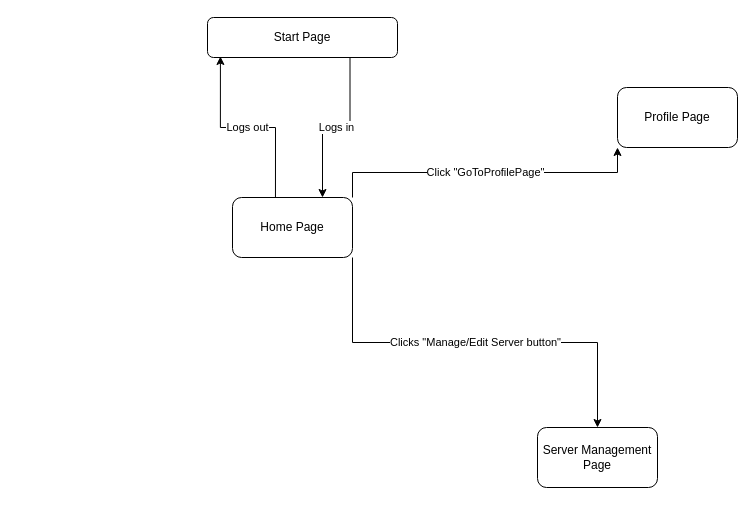
Before: page "PageRelationships" (1 of 6) of drawioMockups/PageDiagrams.drawio in markwreinke/minecraftDockerServerGUI, a draw.io diagram. Source tidied: cells renumbered, new cells numbered last; positions are measured from the earlier drawing's top-left corner, leaving out a move shared by most shapes. Both pictures are drawn from the tidied source at 100%, with x=0, y=0 at pixel (207, 17).
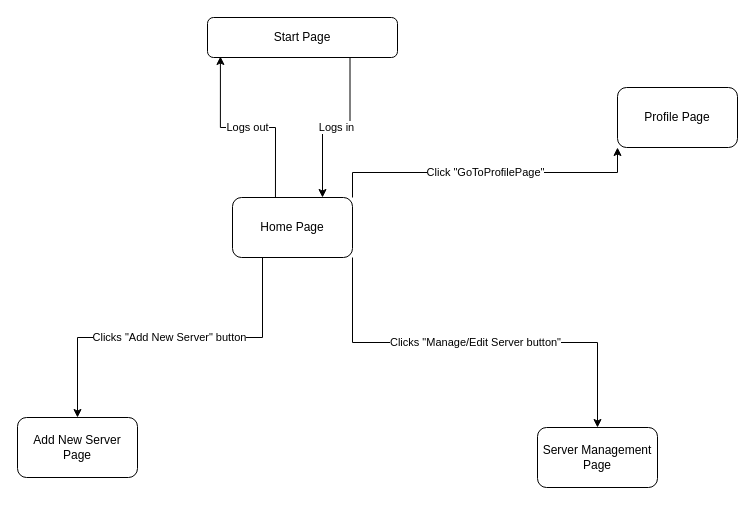
The same page after the edit.

The edit, as a diff of the source:
```diff
@@
 <mxGraphModel>
   <root>
     <mxCell id="0" />
     <mxCell id="1" parent="0" />
     <mxCell id="2" value="Logs in" style="edgeStyle=orthogonalEdgeStyle;rounded=0;jettySize=auto;html=1;exitX=0.75;exitY=1;exitDx=0;exitDy=0;entryX=0.75;entryY=0;entryDx=0;entryDy=0;" parent="1" edge="1" source="3" target="7">
       <mxGeometry relative="1" as="geometry" />
     </mxCell>
     <mxCell id="3" value="Start Page" style="rounded=1;whiteSpace=wrap;html=1;" parent="1" vertex="1">
       <mxGeometry width="190" height="40" as="geometry" />
     </mxCell>
     <mxCell id="4" value="Click &quot;GoToProfilePage&quot;" style="edgeStyle=orthogonalEdgeStyle;rounded=0;jettySize=auto;html=1;exitX=1;exitY=0;exitDx=0;exitDy=0;entryX=0;entryY=1;entryDx=0;entryDy=0;" parent="1" edge="1" source="7" target="8">
       <mxGeometry relative="1" as="geometry" />
     </mxCell>
     <mxCell id="5" value="Clicks &quot;Manage/Edit Server button&quot;" style="edgeStyle=orthogonalEdgeStyle;rounded=0;jettySize=auto;html=1;exitX=1;exitY=1;exitDx=0;exitDy=0;" parent="1" edge="1" source="7" target="9">
       <mxGeometry relative="1" as="geometry" />
     </mxCell>
     <mxCell id="6" value="Logs out" style="edgeStyle=orthogonalEdgeStyle;rounded=0;jettySize=auto;html=1;entryX=0.068;entryY=0.975;entryDx=0;entryDy=0;entryPerimeter=0;exitX=0.358;exitY=0.017;exitDx=0;exitDy=0;exitPerimeter=0;" parent="1" edge="1" source="7" target="3">
       <mxGeometry relative="1" as="geometry" />
     </mxCell>
+    <mxCell id="10" value="Clicks &quot;Add New Server&quot; button" style="edgeStyle=orthogonalEdgeStyle;rounded=0;jettySize=auto;html=1;exitX=0.25;exitY=1;exitDx=0;exitDy=0;" parent="1" edge="1" source="7" target="11">
+      <mxGeometry relative="1" as="geometry" />
+    </mxCell>
     <mxCell id="7" value="Home Page" style="rounded=1;whiteSpace=wrap;html=1;" parent="1" vertex="1">
       <mxGeometry x="25" y="180" width="120" height="60" as="geometry" />
     </mxCell>
     <mxCell id="8" value="Profile Page" style="rounded=1;whiteSpace=wrap;html=1;" parent="1" vertex="1">
       <mxGeometry x="410" y="70" width="120" height="60" as="geometry" />
     </mxCell>
     <mxCell id="9" value="Server Management Page" style="rounded=1;whiteSpace=wrap;html=1;" parent="1" vertex="1">
       <mxGeometry x="330" y="410" width="120" height="60" as="geometry" />
     </mxCell>
+    <mxCell id="11" value="Add New Server Page" style="rounded=1;whiteSpace=wrap;html=1;" parent="1" vertex="1">
+      <mxGeometry x="-190" y="400" width="120" height="60" as="geometry" />
+    </mxCell>
   </root>
 </mxGraphModel>
```
